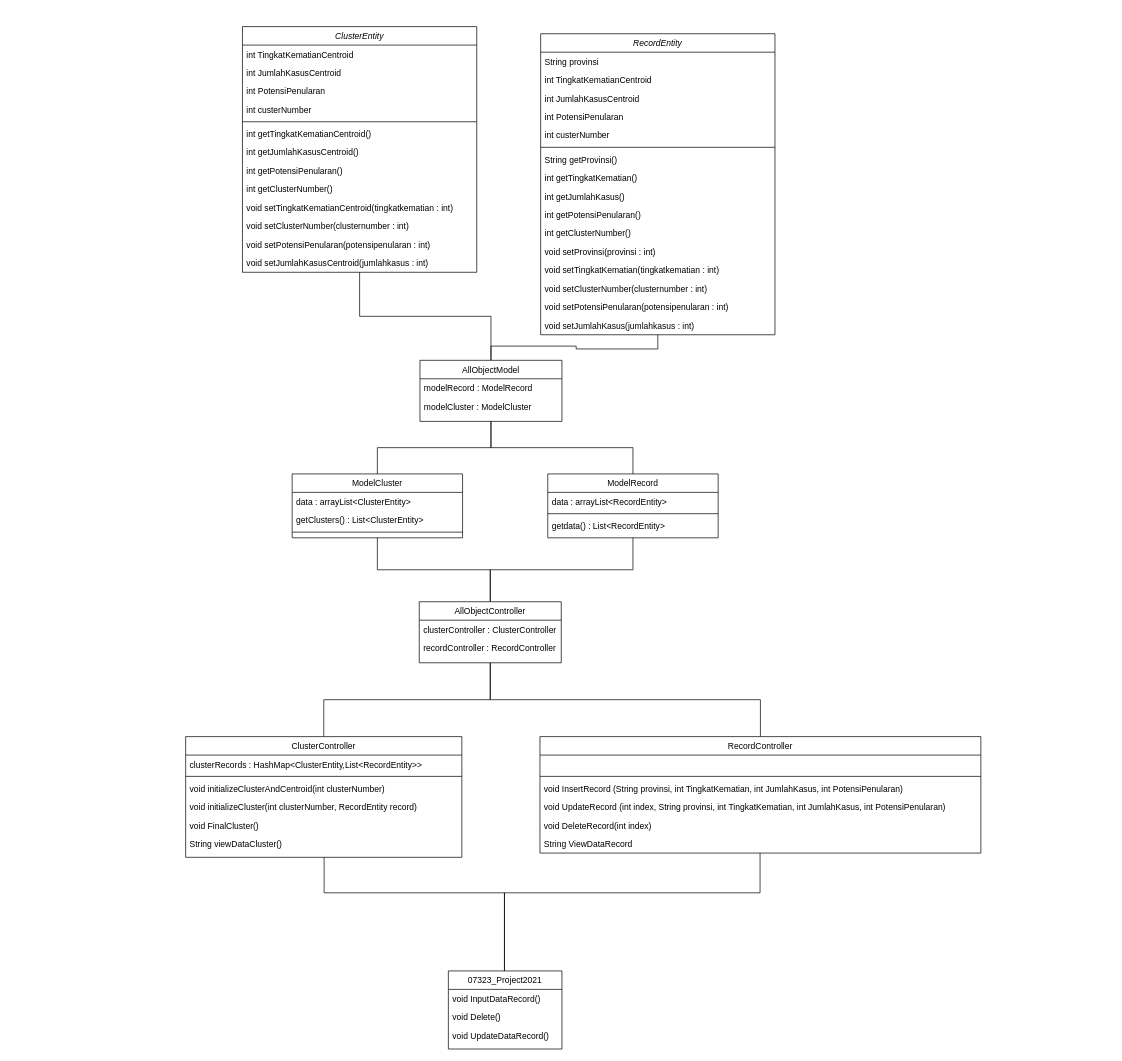
The draw.io diagram page "Pertemuan-3" (1 of 2) of Picture/DiagramClass.drawio in achmadff/07323_PBO2021, before the edit. Source tidied: cells renumbered, new cells numbered last; positions are measured from the earlier drawing's top-left corner, leaving out a move shared by most shapes. Both pictures are drawn from the tidied source at 71%, with x=0, y=0 at pixel (185, 26).
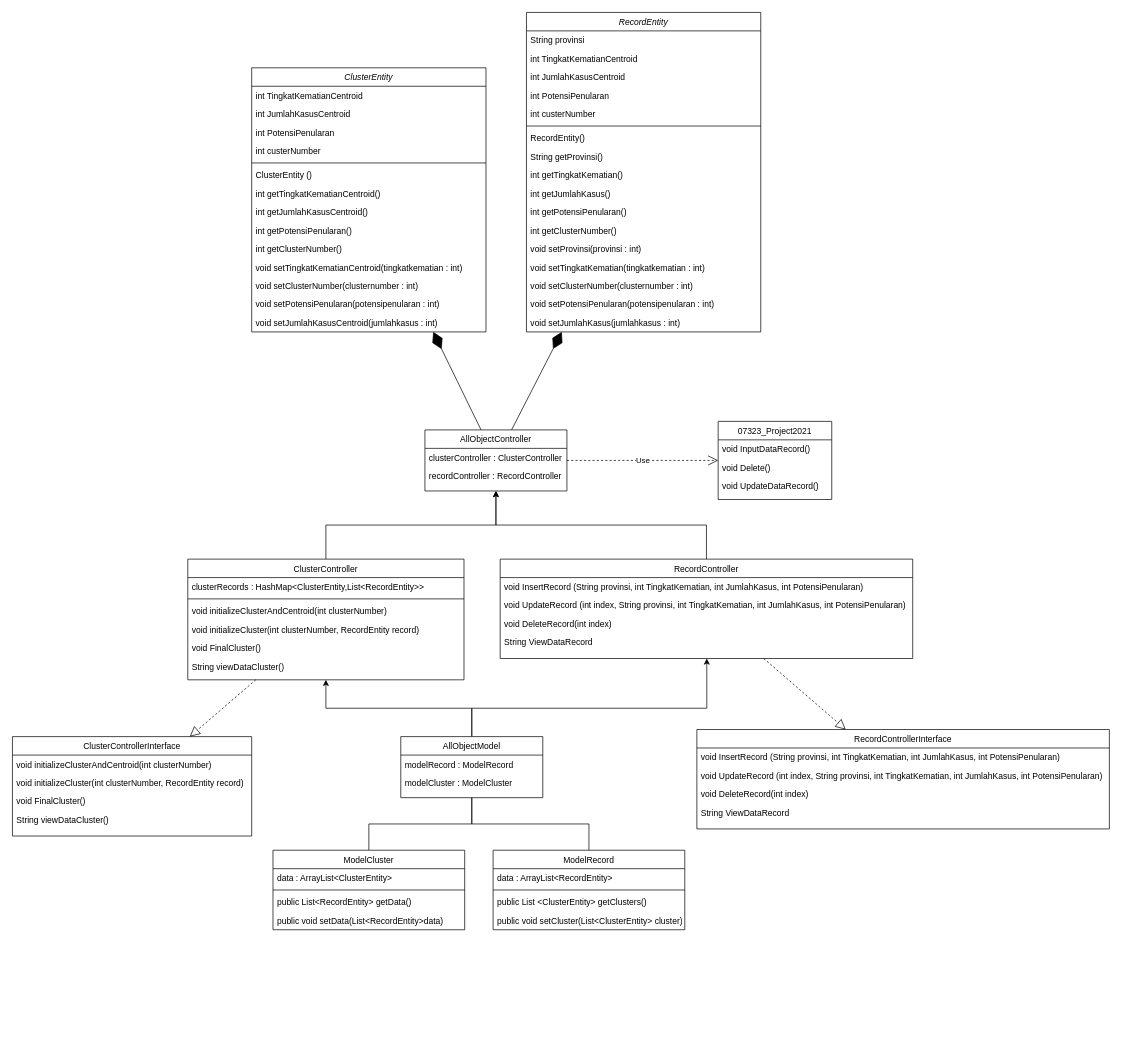
After the change.

Change to the diagram source:
```diff
@@
     <mxCell id="2" value="ClusterEntity" style="swimlane;fontStyle=2;align=center;verticalAlign=top;horizontal=1;startSize=26;rounded=0;shadow=0;strokeWidth=1;" parent="1" vertex="1">
-      <mxGeometry x="80" width="330" height="346" as="geometry" />
+      <mxGeometry x="93" y="58" width="330" height="372" as="geometry" />
     </mxCell>
@@
+    <mxCell id="75" value="ClusterEntity ()" style="text;align=left;verticalAlign=top;spacingLeft=4;spacingRight=4;overflow=hidden;" parent="2" vertex="1">
+      <mxGeometry y="138" width="330" height="26" as="geometry" />
+    </mxCell>
     <mxCell id="8" value="int getTingkatKematianCentroid()" style="text;align=left;verticalAlign=top;spacingLeft=4;spacingRight=4;overflow=hidden;" parent="2" vertex="1">
-      <mxGeometry y="138" width="330" height="26" as="geometry" />
+      <mxGeometry y="164" width="330" height="26" as="geometry" />
     </mxCell>
     <mxCell id="9" value="int getJumlahKasusCentroid()" style="text;align=left;verticalAlign=top;spacingLeft=4;spacingRight=4;overflow=hidden;" parent="2" vertex="1">
-      <mxGeometry y="164" width="330" height="26" as="geometry" />
+      <mxGeometry y="190" width="330" height="26" as="geometry" />
     </mxCell>
     <mxCell id="10" value="int getPotensiPenularan()" style="text;align=left;verticalAlign=top;spacingLeft=4;spacingRight=4;overflow=hidden;" parent="2" vertex="1">
-      <mxGeometry y="190" width="330" height="26" as="geometry" />
+      <mxGeometry y="216" width="330" height="26" as="geometry" />
     </mxCell>
     <mxCell id="11" value="int getClusterNumber()" style="text;align=left;verticalAlign=top;spacingLeft=4;spacingRight=4;overflow=hidden;" parent="2" vertex="1">
-      <mxGeometry y="216" width="330" height="26" as="geometry" />
+      <mxGeometry y="242" width="330" height="26" as="geometry" />
     </mxCell>
     <mxCell id="12" value="void setTingkatKematianCentroid(tingkatkematian : int)" style="text;align=left;verticalAlign=top;spacingLeft=4;spacingRight=4;overflow=hidden;" parent="2" vertex="1">
-      <mxGeometry y="242" width="330" height="26" as="geometry" />
+      <mxGeometry y="268" width="330" height="26" as="geometry" />
     </mxCell>
     <mxCell id="13" value="void setClusterNumber(clusternumber : int)" style="text;align=left;verticalAlign=top;spacingLeft=4;spacingRight=4;overflow=hidden;" parent="2" vertex="1">
-      <mxGeometry y="268" width="330" height="26" as="geometry" />
+      <mxGeometry y="294" width="330" height="26" as="geometry" />
     </mxCell>
     <mxCell id="14" value="void setPotensiPenularan(potensipenularan : int)" style="text;align=left;verticalAlign=top;spacingLeft=4;spacingRight=4;overflow=hidden;" parent="2" vertex="1">
-      <mxGeometry y="294" width="330" height="26" as="geometry" />
+      <mxGeometry y="320" width="330" height="26" as="geometry" />
     </mxCell>
     <mxCell id="15" value="void setJumlahKasusCentroid(jumlahkasus : int)" style="text;align=left;verticalAlign=top;spacingLeft=4;spacingRight=4;overflow=hidden;" parent="2" vertex="1">
-      <mxGeometry y="320" width="330" height="26" as="geometry" />
+      <mxGeometry y="346" width="330" height="26" as="geometry" />
     </mxCell>
-    <mxCell id="16" style="edgeStyle=orthogonalEdgeStyle;rounded=0;jettySize=auto;html=1;fontFamily=Helvetica;fontColor=default;endArrow=none;endFill=0;" parent="1" edge="1" source="18" target="68">
-      <mxGeometry relative="1" as="geometry">
-        <Array as="points">
-          <mxPoint x="449" y="1220" />
-          <mxPoint x="195" y="1220" />
-        </Array>
-      </mxGeometry>
-    </mxCell>
-    <mxCell id="17" style="edgeStyle=orthogonalEdgeStyle;rounded=0;jettySize=auto;html=1;fontFamily=Helvetica;fontColor=default;endArrow=none;endFill=0;" parent="1" edge="1" source="18" target="60">
-      <mxGeometry relative="1" as="geometry">
-        <Array as="points">
-          <mxPoint x="449" y="1220" />
-          <mxPoint x="809" y="1220" />
-        </Array>
-      </mxGeometry>
-    </mxCell>
     <mxCell id="18" value="07323_Project2021" style="swimlane;fontStyle=0;align=center;verticalAlign=top;horizontal=1;startSize=26;rounded=0;shadow=0;strokeWidth=1;" parent="1" vertex="1">
-      <mxGeometry x="370" y="1330" width="160" height="110" as="geometry" />
+      <mxGeometry x="750" y="556" width="160" height="110" as="geometry" />
     </mxCell>
@@
-    <mxCell id="22" style="edgeStyle=orthogonalEdgeStyle;rounded=0;jettySize=auto;html=1;fontFamily=Helvetica;fontColor=default;endArrow=none;endFill=0;" parent="1" edge="1" source="24" target="2">
-      <mxGeometry relative="1" as="geometry" />
-    </mxCell>
-    <mxCell id="23" style="edgeStyle=orthogonalEdgeStyle;rounded=0;jettySize=auto;html=1;fontFamily=Helvetica;fontColor=default;endArrow=none;endFill=0;" parent="1" edge="1" source="24" target="27">
-      <mxGeometry relative="1" as="geometry" />
-    </mxCell>
+    <mxCell id="76" style="edgeStyle=orthogonalEdgeStyle;rounded=0;jettySize=auto;html=1;fontColor=#000000;strokeWidth=1;" parent="1" edge="1" source="24" target="60">
+      <mxGeometry relative="1" as="geometry">
+        <Array as="points">
+          <mxPoint x="403" y="960" />
+          <mxPoint x="734" y="960" />
+        </Array>
+      </mxGeometry>
+    </mxCell>
+    <mxCell id="77" style="edgeStyle=orthogonalEdgeStyle;rounded=0;jettySize=auto;html=1;fontColor=#000000;strokeWidth=1;" parent="1" edge="1" source="24" target="68">
+      <mxGeometry relative="1" as="geometry" />
+    </mxCell>
     <mxCell id="24" value="AllObjectModel" style="swimlane;fontStyle=0;align=center;verticalAlign=top;horizontal=1;startSize=26;rounded=0;shadow=0;strokeWidth=1;" parent="1" vertex="1">
-      <mxGeometry x="330" y="470" width="200" height="86" as="geometry" />
+      <mxGeometry x="303" y="1000" width="200" height="86" as="geometry" />
     </mxCell>
@@
     <mxCell id="27" value="RecordEntity" style="swimlane;fontStyle=2;align=center;verticalAlign=top;horizontal=1;startSize=26;rounded=0;shadow=0;strokeWidth=1;" parent="1" vertex="1">
-      <mxGeometry x="500" y="10" width="330" height="424" as="geometry" />
+      <mxGeometry x="480" y="-20" width="330" height="450" as="geometry" />
     </mxCell>
@@
+    <mxCell id="78" value="RecordEntity() " style="text;align=left;verticalAlign=top;spacingLeft=4;spacingRight=4;overflow=hidden;" parent="27" vertex="1">
+      <mxGeometry y="164" width="330" height="26" as="geometry" />
+    </mxCell>
     <mxCell id="34" value="String getProvinsi()" style="text;align=left;verticalAlign=top;spacingLeft=4;spacingRight=4;overflow=hidden;" parent="27" vertex="1">
-      <mxGeometry y="164" width="330" height="26" as="geometry" />
+      <mxGeometry y="190" width="330" height="26" as="geometry" />
     </mxCell>
     <mxCell id="35" value="int getTingkatKematian()" style="text;align=left;verticalAlign=top;spacingLeft=4;spacingRight=4;overflow=hidden;" parent="27" vertex="1">
-      <mxGeometry y="190" width="330" height="26" as="geometry" />
+      <mxGeometry y="216" width="330" height="26" as="geometry" />
     </mxCell>
     <mxCell id="36" value="int getJumlahKasus()" style="text;align=left;verticalAlign=top;spacingLeft=4;spacingRight=4;overflow=hidden;" parent="27" vertex="1">
-      <mxGeometry y="216" width="330" height="26" as="geometry" />
+      <mxGeometry y="242" width="330" height="26" as="geometry" />
     </mxCell>
     <mxCell id="37" value="int getPotensiPenularan()" style="text;align=left;verticalAlign=top;spacingLeft=4;spacingRight=4;overflow=hidden;" parent="27" vertex="1">
-      <mxGeometry y="242" width="330" height="26" as="geometry" />
+      <mxGeometry y="268" width="330" height="26" as="geometry" />
     </mxCell>
     <mxCell id="38" value="int getClusterNumber()" style="text;align=left;verticalAlign=top;spacingLeft=4;spacingRight=4;overflow=hidden;" parent="27" vertex="1">
-      <mxGeometry y="268" width="330" height="26" as="geometry" />
+      <mxGeometry y="294" width="330" height="26" as="geometry" />
     </mxCell>
     <mxCell id="39" value="void setProvinsi(provinsi : int)" style="text;align=left;verticalAlign=top;spacingLeft=4;spacingRight=4;overflow=hidden;" parent="27" vertex="1">
-      <mxGeometry y="294" width="330" height="26" as="geometry" />
+      <mxGeometry y="320" width="330" height="26" as="geometry" />
     </mxCell>
     <mxCell id="40" value="void setTingkatKematian(tingkatkematian : int)" style="text;align=left;verticalAlign=top;spacingLeft=4;spacingRight=4;overflow=hidden;" parent="27" vertex="1">
-      <mxGeometry y="320" width="330" height="26" as="geometry" />
+      <mxGeometry y="346" width="330" height="26" as="geometry" />
     </mxCell>
     <mxCell id="41" value="void setClusterNumber(clusternumber : int)" style="text;align=left;verticalAlign=top;spacingLeft=4;spacingRight=4;overflow=hidden;" parent="27" vertex="1">
-      <mxGeometry y="346" width="330" height="26" as="geometry" />
+      <mxGeometry y="372" width="330" height="26" as="geometry" />
     </mxCell>
     <mxCell id="42" value="void setPotensiPenularan(potensipenularan : int)" style="text;align=left;verticalAlign=top;spacingLeft=4;spacingRight=4;overflow=hidden;" parent="27" vertex="1">
-      <mxGeometry y="372" width="330" height="26" as="geometry" />
+      <mxGeometry y="398" width="330" height="26" as="geometry" />
     </mxCell>
     <mxCell id="43" value="void setJumlahKasus(jumlahkasus : int)" style="text;align=left;verticalAlign=top;spacingLeft=4;spacingRight=4;overflow=hidden;" parent="27" vertex="1">
-      <mxGeometry y="398" width="330" height="26" as="geometry" />
+      <mxGeometry y="424" width="330" height="26" as="geometry" />
     </mxCell>
@@
     <mxCell id="45" value="ModelRecord" style="swimlane;fontStyle=0;align=center;verticalAlign=top;horizontal=1;startSize=26;rounded=0;shadow=0;strokeWidth=1;" parent="1" vertex="1">
-      <mxGeometry x="510" y="630" width="240" height="90" as="geometry" />
+      <mxGeometry x="433" y="1160" width="270" height="112" as="geometry" />
     </mxCell>
-    <mxCell id="46" value="data : arrayList&lt;RecordEntity&gt;" style="text;align=left;verticalAlign=top;spacingLeft=4;spacingRight=4;overflow=hidden;" parent="45" vertex="1">
-      <mxGeometry y="26" width="240" height="26" as="geometry" />
+    <mxCell id="46" value="data : ArrayList&lt;RecordEntity&gt;" style="text;align=left;verticalAlign=top;spacingLeft=4;spacingRight=4;overflow=hidden;" parent="45" vertex="1">
+      <mxGeometry y="26" width="270" height="26" as="geometry" />
     </mxCell>
     <mxCell id="47" style="line;html=1;strokeWidth=1;align=left;verticalAlign=middle;spacingTop=-1;spacingLeft=3;spacingRight=3;labelPosition=right;" parent="45" vertex="1">
-      <mxGeometry y="52" width="240" height="8" as="geometry" />
+      <mxGeometry y="52" width="270" height="8" as="geometry" />
     </mxCell>
-    <mxCell id="48" value="getdata() : List&lt;RecordEntity&gt;" style="text;align=left;verticalAlign=top;spacingLeft=4;spacingRight=4;overflow=hidden;" parent="45" vertex="1">
-      <mxGeometry y="60" width="240" height="26" as="geometry" />
+    <mxCell id="48" value="public List &lt;ClusterEntity&gt; getClusters()" style="text;align=left;verticalAlign=top;spacingLeft=4;spacingRight=4;overflow=hidden;fontColor=#000000;" parent="45" vertex="1">
+      <mxGeometry y="60" width="270" height="26" as="geometry" />
     </mxCell>
+    <mxCell id="79" value="public void setCluster(List&lt;ClusterEntity&gt; cluster)" style="text;align=left;verticalAlign=top;spacingLeft=4;spacingRight=4;overflow=hidden;fontColor=#000000;" parent="45" vertex="1">
+      <mxGeometry y="86" width="270" height="26" as="geometry" />
+    </mxCell>
@@
     <mxCell id="50" value="ModelCluster" style="swimlane;fontStyle=0;align=center;verticalAlign=top;horizontal=1;startSize=26;rounded=0;shadow=0;strokeWidth=1;" parent="1" vertex="1">
-      <mxGeometry x="150" y="630" width="240" height="90" as="geometry" />
+      <mxGeometry x="123" y="1160" width="270" height="112" as="geometry" />
     </mxCell>
-    <mxCell id="51" value="data : arrayList&lt;ClusterEntity&gt;" style="text;align=left;verticalAlign=top;spacingLeft=4;spacingRight=4;overflow=hidden;" parent="50" vertex="1">
-      <mxGeometry y="26" width="240" height="26" as="geometry" />
+    <mxCell id="51" value="data : ArrayList&lt;ClusterEntity&gt;" style="text;align=left;verticalAlign=top;spacingLeft=4;spacingRight=4;overflow=hidden;" parent="50" vertex="1">
+      <mxGeometry y="26" width="270" height="26" as="geometry" />
     </mxCell>
+    <mxCell id="53" style="line;html=1;strokeWidth=1;align=left;verticalAlign=middle;spacingTop=-1;spacingLeft=3;spacingRight=3;labelPosition=right;" parent="50" vertex="1">
+      <mxGeometry y="52" width="270" height="8" as="geometry" />
+    </mxCell>
-    <mxCell id="52" value="getClusters() : List&lt;ClusterEntity&gt;" style="text;align=left;verticalAlign=top;spacingLeft=4;spacingRight=4;overflow=hidden;" parent="50" vertex="1">
-      <mxGeometry y="52" width="240" height="26" as="geometry" />
+    <mxCell id="52" value="public List&lt;RecordEntity&gt; getData()" style="text;align=left;verticalAlign=top;spacingLeft=4;spacingRight=4;overflow=hidden;fontColor=#000000;" parent="50" vertex="1">
+      <mxGeometry y="60" width="270" height="26" as="geometry" />
     </mxCell>
-    <mxCell id="53" style="line;html=1;strokeWidth=1;align=left;verticalAlign=middle;spacingTop=-1;spacingLeft=3;spacingRight=3;labelPosition=right;" parent="50" vertex="1">
-      <mxGeometry y="78" width="240" height="8" as="geometry" />
-    </mxCell>
-    <mxCell id="54" style="edgeStyle=orthogonalEdgeStyle;rounded=0;jettySize=auto;html=1;fontFamily=Helvetica;fontColor=default;endArrow=none;endFill=0;" parent="1" edge="1" source="56" target="45">
-      <mxGeometry relative="1" as="geometry" />
-    </mxCell>
-    <mxCell id="55" style="edgeStyle=orthogonalEdgeStyle;rounded=0;jettySize=auto;html=1;fontFamily=Helvetica;fontColor=default;endArrow=none;endFill=0;" parent="1" edge="1" source="56" target="50">
-      <mxGeometry relative="1" as="geometry" />
-    </mxCell>
+    <mxCell id="80" value="public void setData(List&lt;RecordEntity&gt;data)" style="text;align=left;verticalAlign=top;spacingLeft=4;spacingRight=4;overflow=hidden;fontColor=#000000;" parent="50" vertex="1">
+      <mxGeometry y="86" width="270" height="26" as="geometry" />
+    </mxCell>
     <mxCell id="56" value="AllObjectController" style="swimlane;fontStyle=0;align=center;verticalAlign=top;horizontal=1;startSize=26;rounded=0;shadow=0;strokeWidth=1;" parent="1" vertex="1">
-      <mxGeometry x="329" y="810" width="200" height="86" as="geometry" />
+      <mxGeometry x="337" y="568" width="200" height="86" as="geometry" />
     </mxCell>
@@
-    <mxCell id="59" style="edgeStyle=orthogonalEdgeStyle;rounded=0;jettySize=auto;html=1;fontFamily=Helvetica;fontColor=default;endArrow=none;endFill=0;" parent="1" edge="1" source="60" target="56">
+    <mxCell id="59" style="edgeStyle=orthogonalEdgeStyle;rounded=0;jettySize=auto;html=1;fontColor=#000000;strokeWidth=1;" parent="1" edge="1" source="60" target="56">
       <mxGeometry relative="1" as="geometry" />
     </mxCell>
     <mxCell id="60" value="RecordController" style="swimlane;fontStyle=0;align=center;verticalAlign=top;horizontal=1;startSize=26;rounded=0;shadow=0;strokeWidth=1;" parent="1" vertex="1">
-      <mxGeometry x="499" y="1000" width="621" height="164" as="geometry" />
+      <mxGeometry x="443" y="750" width="581" height="140" as="geometry" />
     </mxCell>
-    <mxCell id="61" value=" " style="text;align=left;verticalAlign=top;spacingLeft=4;spacingRight=4;overflow=hidden;" parent="60" vertex="1">
-      <mxGeometry y="26" width="621" height="26" as="geometry" />
-    </mxCell>
-    <mxCell id="62" style="line;html=1;strokeWidth=1;align=left;verticalAlign=middle;spacingTop=-1;spacingLeft=3;spacingRight=3;labelPosition=right;" parent="60" vertex="1">
-      <mxGeometry y="52" width="621" height="8" as="geometry" />
-    </mxCell>
     <mxCell id="63" value="void InsertRecord (String provinsi, int TingkatKematian, int JumlahKasus, int PotensiPenularan)" style="text;align=left;verticalAlign=top;spacingLeft=4;spacingRight=4;overflow=hidden;" parent="60" vertex="1">
-      <mxGeometry y="60" width="621" height="26" as="geometry" />
+      <mxGeometry y="26" width="581" height="26" as="geometry" />
     </mxCell>
     <mxCell id="64" value="void UpdateRecord (int index, String provinsi, int TingkatKematian, int JumlahKasus, int PotensiPenularan)" style="text;align=left;verticalAlign=top;spacingLeft=4;spacingRight=4;overflow=hidden;" parent="60" vertex="1">
-      <mxGeometry y="86" width="621" height="26" as="geometry" />
+      <mxGeometry y="52" width="581" height="26" as="geometry" />
     </mxCell>
     <mxCell id="65" value="void DeleteRecord(int index)" style="text;align=left;verticalAlign=top;spacingLeft=4;spacingRight=4;overflow=hidden;" parent="60" vertex="1">
-      <mxGeometry y="112" width="621" height="26" as="geometry" />
+      <mxGeometry y="78" width="581" height="26" as="geometry" />
     </mxCell>
     <mxCell id="66" value="String ViewDataRecord" style="text;align=left;verticalAlign=top;spacingLeft=4;spacingRight=4;overflow=hidden;" parent="60" vertex="1">
-      <mxGeometry y="138" width="621" height="26" as="geometry" />
+      <mxGeometry y="104" width="581" height="26" as="geometry" />
     </mxCell>
-    <mxCell id="67" style="edgeStyle=orthogonalEdgeStyle;rounded=0;jettySize=auto;html=1;entryX=0.5;entryY=1;entryDx=0;entryDy=0;fontFamily=Helvetica;fontColor=default;endArrow=none;endFill=0;" parent="1" edge="1" source="68" target="56">
+    <mxCell id="67" style="edgeStyle=orthogonalEdgeStyle;rounded=0;jettySize=auto;html=1;fontColor=#000000;strokeWidth=1;" parent="1" edge="1" source="68" target="56">
       <mxGeometry relative="1" as="geometry" />
     </mxCell>
     <mxCell id="68" value="ClusterController" style="swimlane;fontStyle=0;align=center;verticalAlign=top;horizontal=1;startSize=26;rounded=0;shadow=0;strokeWidth=1;" parent="1" vertex="1">
-      <mxGeometry y="1000" width="389" height="170" as="geometry" />
+      <mxGeometry x="3" y="750" width="389" height="170" as="geometry" />
     </mxCell>
@@
+    <mxCell id="81" value="ClusterControllerInterface" style="swimlane;fontStyle=0;align=center;verticalAlign=top;horizontal=1;startSize=26;rounded=0;shadow=0;strokeWidth=1;" parent="1" vertex="1">
+      <mxGeometry x="-244" y="1000" width="337" height="140" as="geometry" />
+    </mxCell>
+    <mxCell id="82" value="void initializeClusterAndCentroid(int clusterNumber)" style="text;align=left;verticalAlign=top;spacingLeft=4;spacingRight=4;overflow=hidden;" parent="81" vertex="1">
+      <mxGeometry y="26" width="337" height="26" as="geometry" />
+    </mxCell>
+    <mxCell id="83" value="void initializeCluster(int clusterNumber, RecordEntity record)" style="text;align=left;verticalAlign=top;spacingLeft=4;spacingRight=4;overflow=hidden;" parent="81" vertex="1">
+      <mxGeometry y="52" width="337" height="26" as="geometry" />
+    </mxCell>
+    <mxCell id="84" value="void FinalCluster()" style="text;align=left;verticalAlign=top;spacingLeft=4;spacingRight=4;overflow=hidden;" parent="81" vertex="1">
+      <mxGeometry y="78" width="337" height="26" as="geometry" />
+    </mxCell>
+    <mxCell id="85" value="String viewDataCluster()" style="text;align=left;verticalAlign=top;spacingLeft=4;spacingRight=4;overflow=hidden;" parent="81" vertex="1">
+      <mxGeometry y="104" width="337" height="26" as="geometry" />
+    </mxCell>
+    <mxCell id="86" value="RecordControllerInterface" style="swimlane;fontStyle=0;align=center;verticalAlign=top;horizontal=1;startSize=26;rounded=0;shadow=0;strokeWidth=1;" parent="1" vertex="1">
+      <mxGeometry x="720" y="990" width="581" height="140" as="geometry" />
+    </mxCell>
+    <mxCell id="87" value="void InsertRecord (String provinsi, int TingkatKematian, int JumlahKasus, int PotensiPenularan)" style="text;align=left;verticalAlign=top;spacingLeft=4;spacingRight=4;overflow=hidden;" parent="86" vertex="1">
+      <mxGeometry y="26" width="581" height="26" as="geometry" />
+    </mxCell>
+    <mxCell id="88" value="void UpdateRecord (int index, String provinsi, int TingkatKematian, int JumlahKasus, int PotensiPenularan)" style="text;align=left;verticalAlign=top;spacingLeft=4;spacingRight=4;overflow=hidden;" parent="86" vertex="1">
+      <mxGeometry y="52" width="581" height="26" as="geometry" />
+    </mxCell>
+    <mxCell id="89" value="void DeleteRecord(int index)" style="text;align=left;verticalAlign=top;spacingLeft=4;spacingRight=4;overflow=hidden;" parent="86" vertex="1">
+      <mxGeometry y="78" width="581" height="26" as="geometry" />
+    </mxCell>
+    <mxCell id="90" value="String ViewDataRecord" style="text;align=left;verticalAlign=top;spacingLeft=4;spacingRight=4;overflow=hidden;" parent="86" vertex="1">
+      <mxGeometry y="104" width="581" height="26" as="geometry" />
+    </mxCell>
+    <mxCell id="91" value="Use" style="endArrow=open;endSize=12;dashed=1;html=1;rounded=0;fontColor=#000000;strokeWidth=1;" parent="1" edge="1" source="56" target="18">
+      <mxGeometry relative="1" as="geometry" />
+    </mxCell>
+    <mxCell id="92" style="endArrow=diamondThin;endFill=1;endSize=24;html=1;rounded=0;fontColor=#000000;strokeWidth=1;" parent="1" edge="1" source="56" target="27">
+      <mxGeometry relative="1" as="geometry" />
+    </mxCell>
+    <mxCell id="93" style="endArrow=diamondThin;endFill=1;endSize=24;html=1;rounded=0;fontColor=#000000;strokeWidth=1;" parent="1" edge="1" source="56" target="2">
+      <mxGeometry relative="1" as="geometry" />
+    </mxCell>
+    <mxCell id="94" style="endArrow=block;dashed=1;endFill=0;endSize=12;html=1;rounded=0;fontColor=#000000;strokeWidth=1;" parent="1" edge="1" source="68" target="81">
+      <mxGeometry relative="1" as="geometry" />
+    </mxCell>
+    <mxCell id="95" style="endArrow=block;dashed=1;endFill=0;endSize=12;html=1;rounded=0;fontColor=#000000;strokeWidth=1;" parent="1" edge="1" source="60" target="86">
+      <mxGeometry relative="1" as="geometry" />
+    </mxCell>
```
